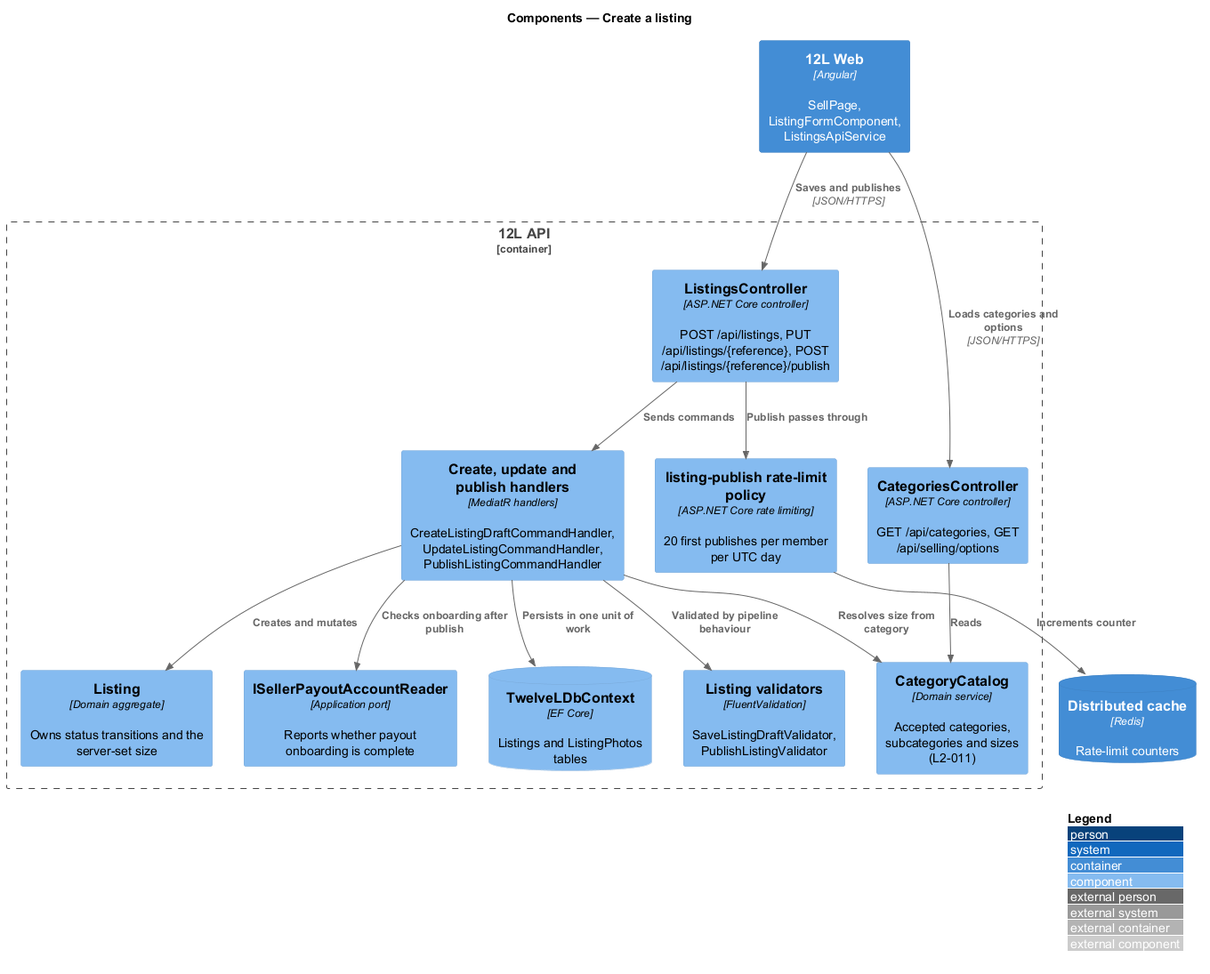
The PlantUML diagram docs/detailed-designs/listings/create-listing/diagrams/c4-component.png in QuinntyneBrown/12l, before a commit.
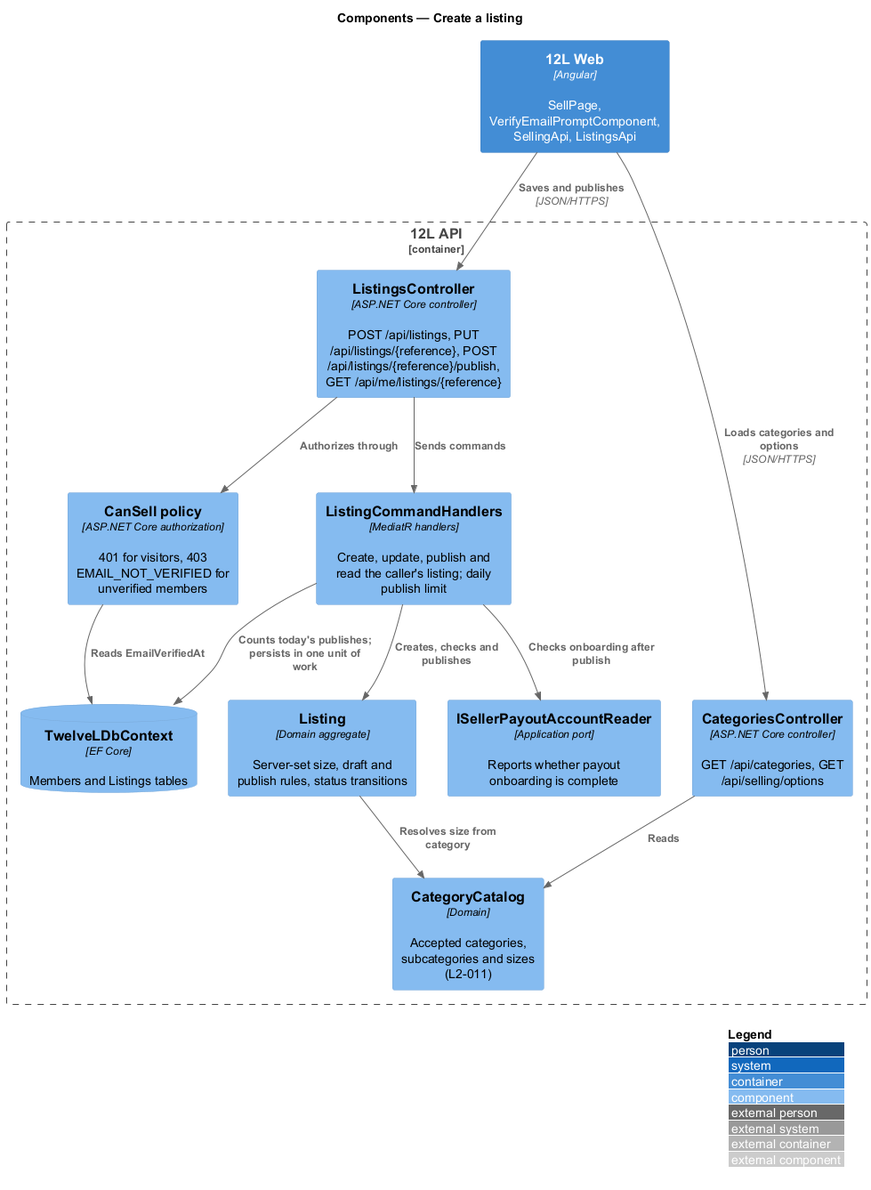
After the commit.

Change to the diagram source:
```diff
@@ -3,29 +3,26 @@
 LAYOUT_WITH_LEGEND()
 title Components — Create a listing
 
-Container(web, "12L Web", "Angular", "SellPage, ListingFormComponent, ListingsApiService")
+Container(web, "12L Web", "Angular", "SellPage, VerifyEmailPromptComponent, SellingApi, ListingsApi")
 Container_Boundary(api, "12L API") {
   Component(catCtrl, "CategoriesController", "ASP.NET Core controller", "GET /api/categories, GET /api/selling/options")
-  Component(ctrl, "ListingsController", "ASP.NET Core controller", "POST /api/listings, PUT /api/listings/{reference}, POST /api/listings/{reference}/publish")
-  Component(limiter, "listing-publish rate-limit policy", "ASP.NET Core rate limiting", "20 first publishes per member per UTC day")
-  Component(validators, "Listing validators", "FluentValidation", "SaveListingDraftValidator, PublishListingValidator")
-  Component(handlers, "Create, update and publish handlers", "MediatR handlers", "CreateListingDraftCommandHandler, UpdateListingCommandHandler, PublishListingCommandHandler")
-  Component(rules, "CategoryCatalog", "Domain service", "Accepted categories, subcategories and sizes (L2-011)")
-  Component(entity, "Listing", "Domain aggregate", "Owns status transitions and the server-set size")
+  Component(ctrl, "ListingsController", "ASP.NET Core controller", "POST /api/listings, PUT /api/listings/{reference}, POST /api/listings/{reference}/publish, GET /api/me/listings/{reference}")
+  Component(policy, "CanSell policy", "ASP.NET Core authorization", "401 for visitors, 403 EMAIL_NOT_VERIFIED for unverified members")
+  Component(handlers, "ListingCommandHandlers", "MediatR handlers", "Create, update, publish and read the caller's listing; daily publish limit")
+  Component(rules, "CategoryCatalog", "Domain", "Accepted categories, subcategories and sizes (L2-011)")
+  Component(entity, "Listing", "Domain aggregate", "Server-set size, draft and publish rules, status transitions")
   Component(payout, "ISellerPayoutAccountReader", "Application port", "Reports whether payout onboarding is complete")
-  ComponentDb(db, "TwelveLDbContext", "EF Core", "Listings and ListingPhotos tables")
+  ComponentDb(db, "TwelveLDbContext", "EF Core", "Members and Listings tables")
 }
-ContainerDb(cache, "Distributed cache", "Redis", "Rate-limit counters")
 
 Rel(web, catCtrl, "Loads categories and options", "JSON/HTTPS")
 Rel(web, ctrl, "Saves and publishes", "JSON/HTTPS")
 Rel(catCtrl, rules, "Reads")
-Rel(ctrl, limiter, "Publish passes through")
-Rel(limiter, cache, "Increments counter")
+Rel(ctrl, policy, "Authorizes through")
+Rel(policy, db, "Reads EmailVerifiedAt")
 Rel(ctrl, handlers, "Sends commands")
-Rel(handlers, validators, "Validated by pipeline behaviour")
-Rel(handlers, rules, "Resolves size from category")
-Rel(handlers, entity, "Creates and mutates")
+Rel(handlers, db, "Counts today's publishes; persists in one unit of work")
+Rel(handlers, entity, "Creates, checks and publishes")
+Rel(entity, rules, "Resolves size from category")
 Rel(handlers, payout, "Checks onboarding after publish")
-Rel(handlers, db, "Persists in one unit of work")
 @enduml
```
